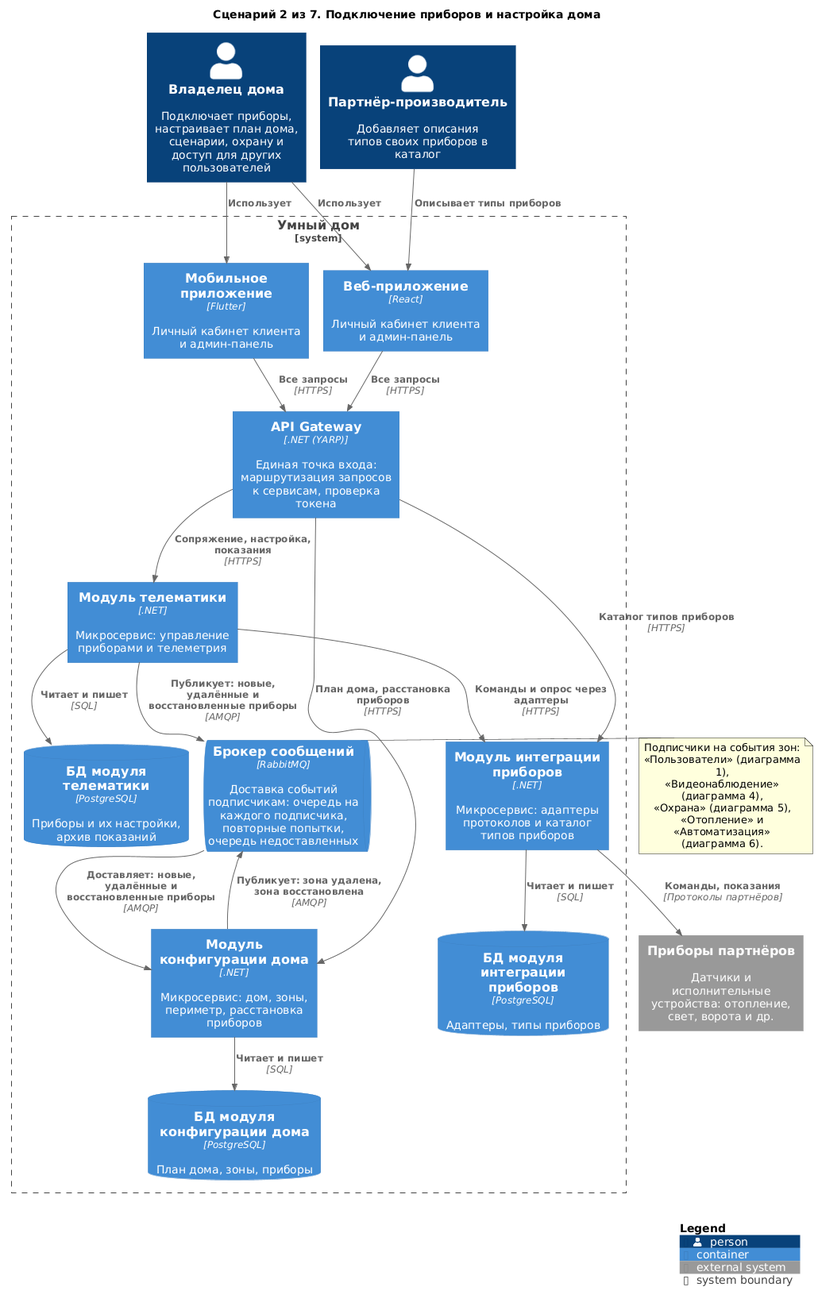
Before: diagrams/containers-scenarios/02-pairing-and-house-setup.png, a diagram exported from PlantUML (Lyamin-av/architecture-warmhouse).
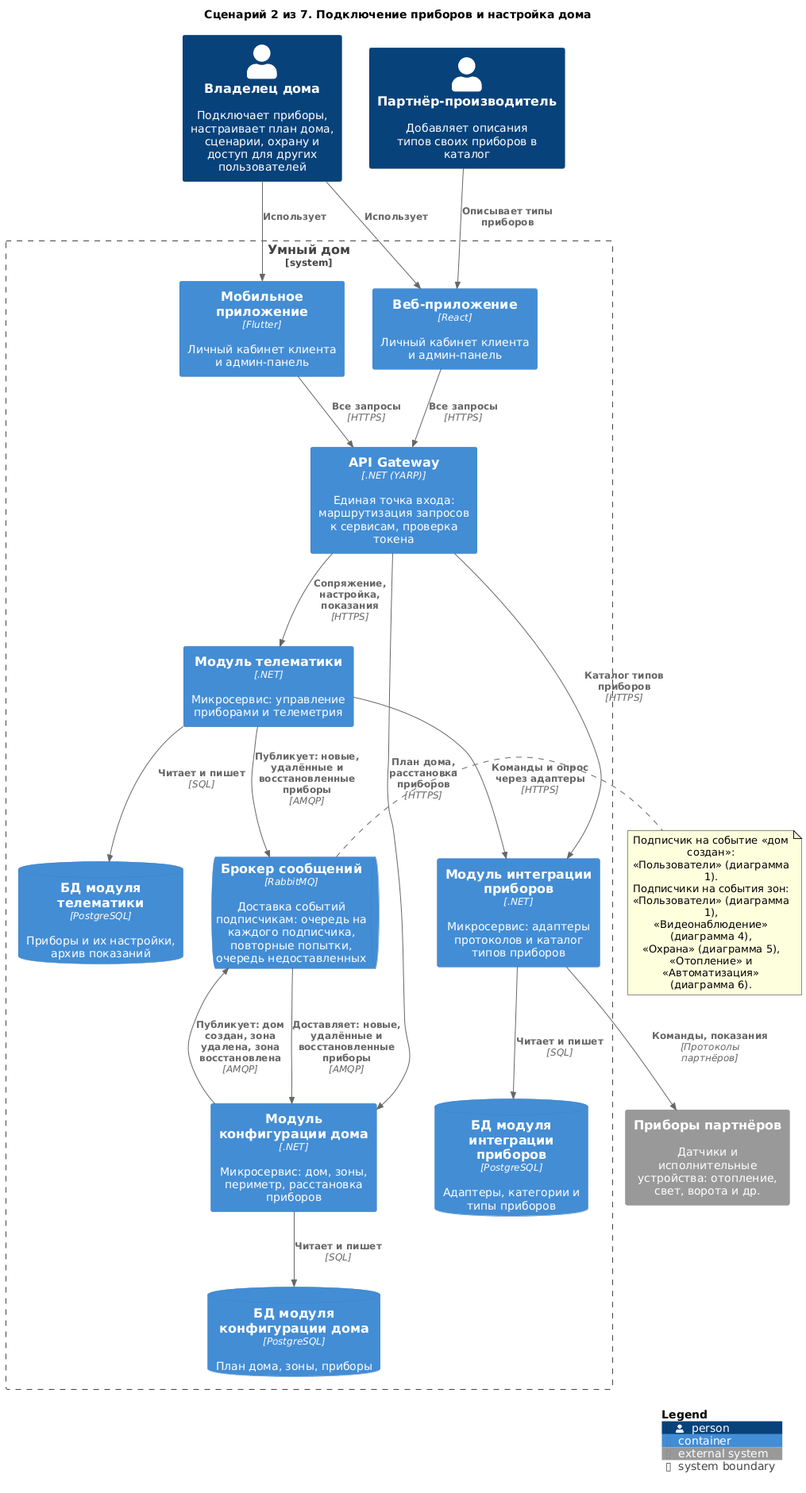
The same file after the commit.

What changed in the source:
```diff
@@ -15,7 +15,7 @@
     Container(HouseConfigurator, "Модуль конфигурации дома", ".NET", "Микросервис: дом, зоны, периметр, расстановка приборов")
     ContainerQueue(Broker, "Брокер сообщений", "RabbitMQ", "Доставка событий подписчикам: очередь на каждого подписчика, повторные попытки, очередь недоставленных")
     ContainerDb(dbTelematics, "БД модуля телематики", "PostgreSQL", "Приборы и их настройки, архив показаний")
-    ContainerDb(dbDIS, "БД модуля интеграции приборов", "PostgreSQL", "Адаптеры, типы приборов")
+    ContainerDb(dbDIS, "БД модуля интеграции приборов", "PostgreSQL", "Адаптеры, категории и типы приборов")
     ContainerDb(dbHC, "БД модуля конфигурации дома", "PostgreSQL", "План дома, зоны, приборы")
 }
 
@@ -37,9 +37,11 @@
 Rel(Telematics, dbTelematics, "Читает и пишет", "SQL")
 Rel(DeviceIntegration, dbDIS, "Читает и пишет", "SQL")
 Rel(HouseConfigurator, dbHC, "Читает и пишет", "SQL")
-Rel(HouseConfigurator, Broker, "Публикует: зона удалена, зона восстановлена", "AMQP")
+Rel(HouseConfigurator, Broker, "Публикует: дом создан, зона удалена, зона восстановлена", "AMQP")
 
 note right of Broker
+  Подписчик на событие «дом создан»:
+  «Пользователи» (диаграмма 1).
   Подписчики на события зон:
   «Пользователи» (диаграмма 1),
   «Видеонаблюдение» (диаграмма 4),
```
